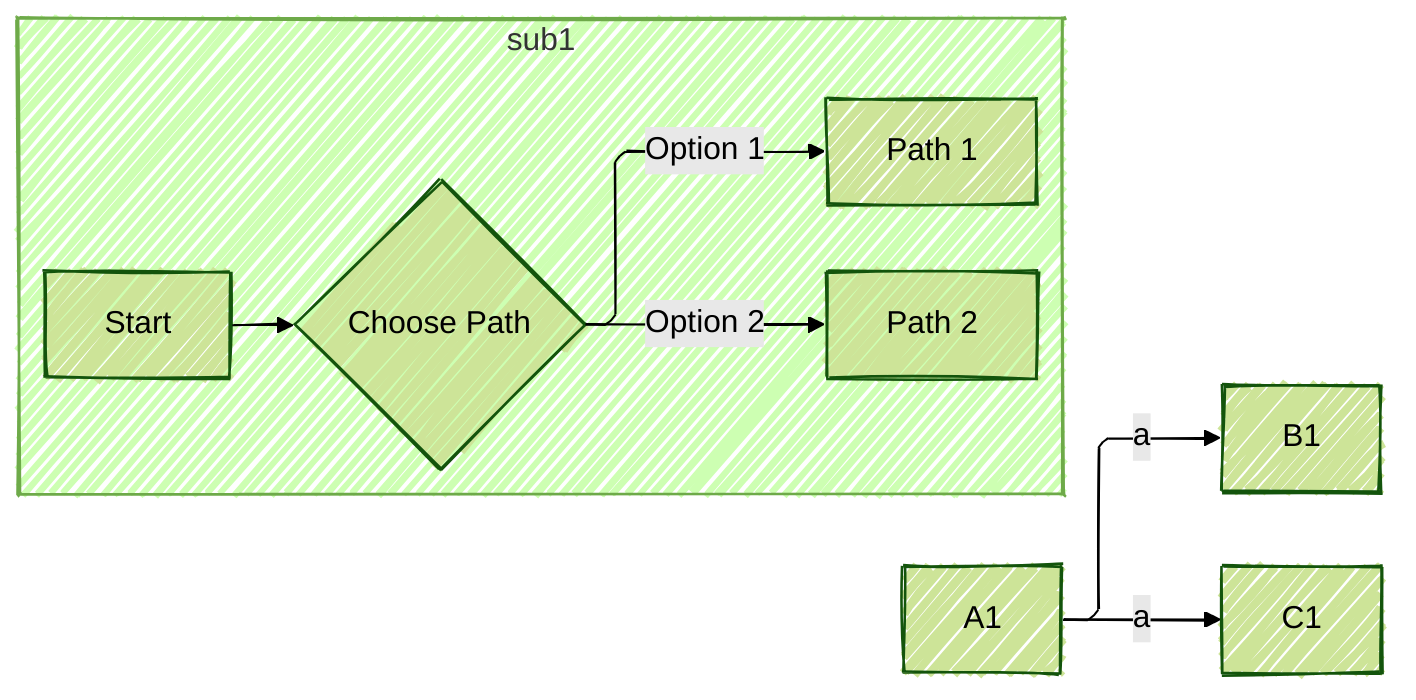
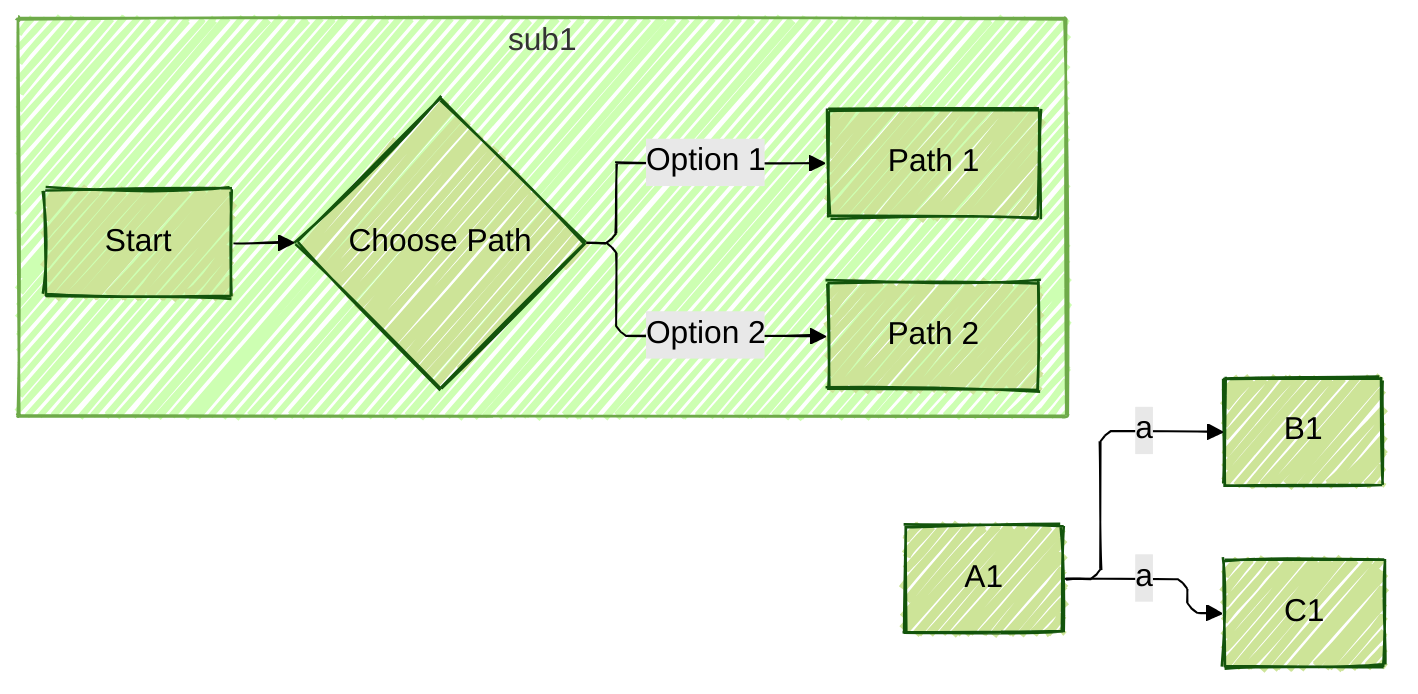
---
config:
    look: handDrawn
    theme: forest
    layout: elk
    elk:
        mergeEdges: true
- 
+         nodePlacementStrategy: LINEAR_SEGMENTS
    flowchart:
        curve: linear
---
+ %% LINEAR_SEGMENTS,NETWORK_SIMPLEX,SIMPLE,BRANDES_KOEPF
graph LR
A1-->|a|B1 & C1
subgraph sub1
    direction LR
        A[Start] --> B{Choose Path}
        B -->|Option 1| C[Path 1]
        B -->|Option 2| D[Path 2]
end